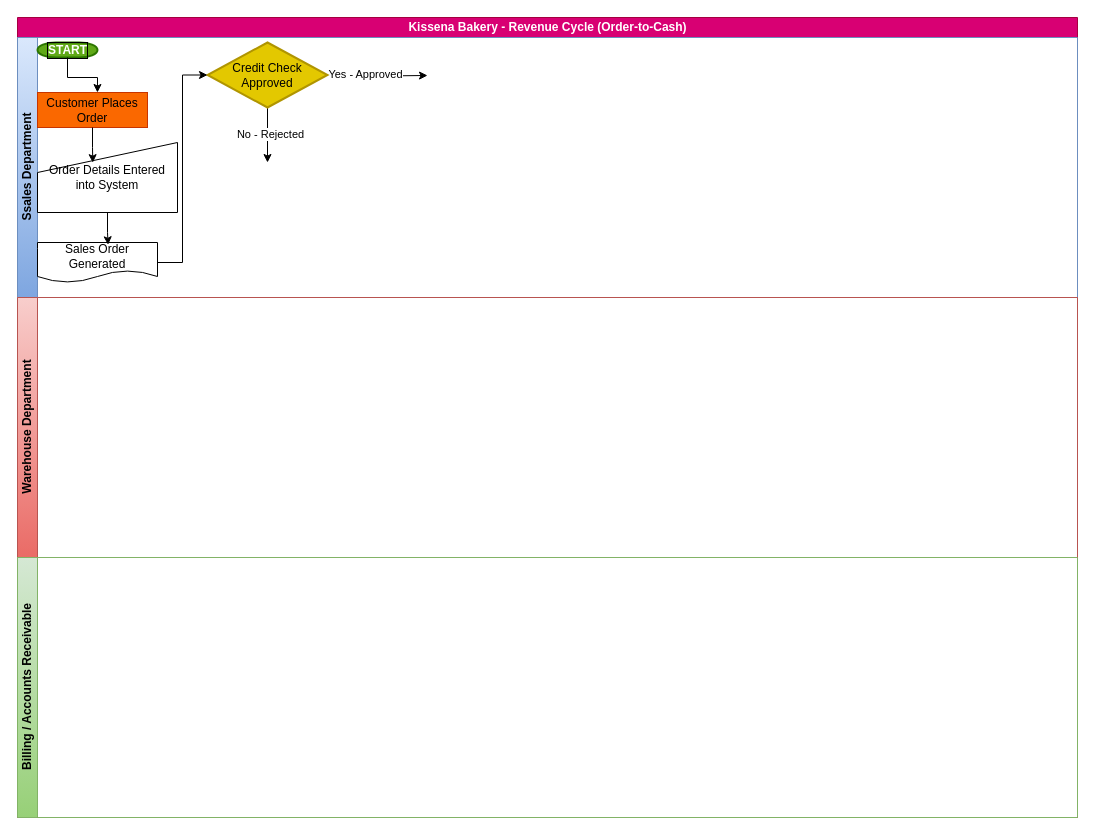
Before: Revenue_Cycle_Control.drawio in callefrankie227-beep/drawio, a draw.io diagram. Source tidied: cells renumbered, new cells numbered last; positions are measured from the earlier drawing's top-left corner, leaving out a move shared by most shapes. Both pictures are drawn from the tidied source at 100%, with x=0, y=0 at pixel (17, 17).
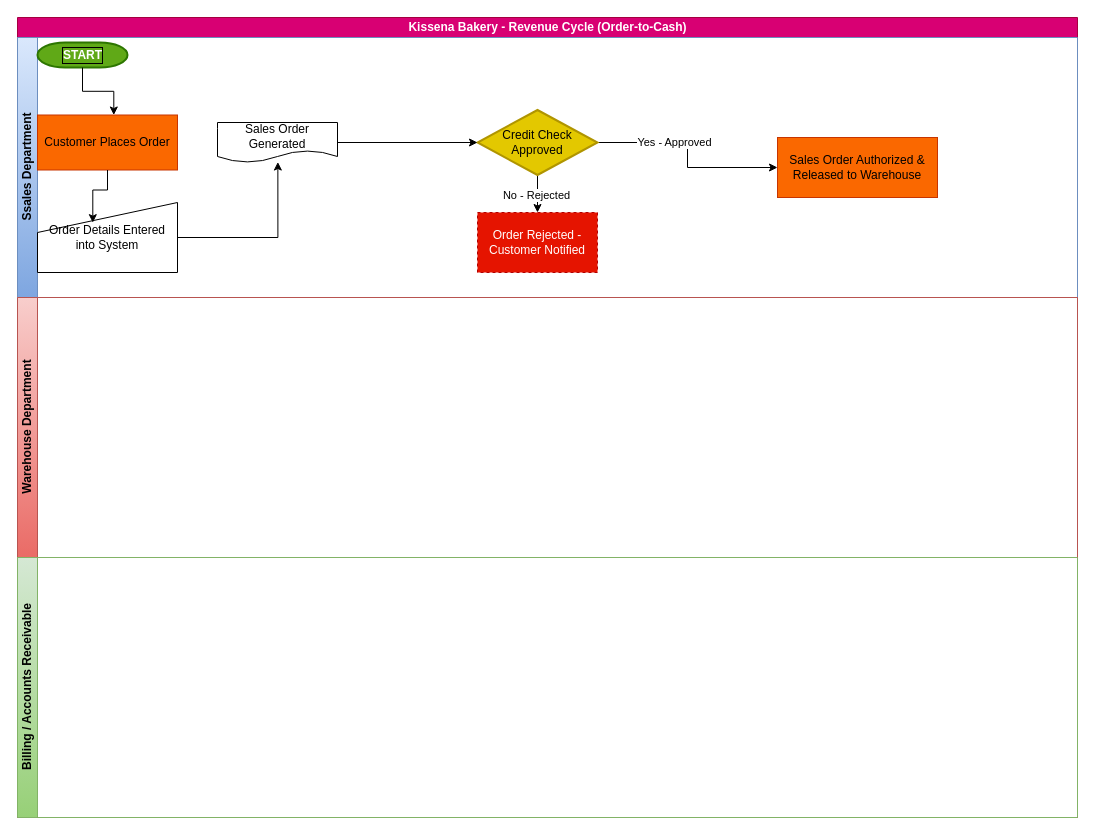
Above is the later version.

The change refers to these unchanged cells:
```xml
<mxCell id="3" value="Ssales Department" style="swimlane;startSize=20;horizontal=0;html=1;fillColor=#dae8fc;gradientColor=#7ea6e0;strokeColor=#6c8ebf;labelBorderColor=none;" parent="2" vertex="1">
  <mxGeometry y="20" width="1060" height="260" as="geometry" />
</mxCell>
```

Change to the diagram source:
```diff
@@
     <mxCell id="4" value="&lt;b&gt;START&lt;/b&gt;" style="strokeWidth=2;html=1;shape=mxgraph.flowchart.terminator;fillColor=#60a917;strokeColor=#2D7600;fontColor=#ffffff;labelBorderColor=light-dark(#000000,#66FF66);" parent="3" vertex="1">
-      <mxGeometry x="20" y="5" width="60" height="15" as="geometry" />
+      <mxGeometry x="20" y="5" width="90" height="25" as="geometry" />
     </mxCell>
     <mxCell id="5" value="Customer Places Order" style="rounded=0;whiteSpace=wrap;html=1;fillColor=#fa6800;fontColor=#000000;strokeColor=#C73500;" parent="3" vertex="1">
-      <mxGeometry x="20" y="55" width="110" height="35" as="geometry" />
+      <mxGeometry x="20" y="77.5" width="140" height="55" as="geometry" />
     </mxCell>
     <mxCell id="6" value="Order Details Entered into System" style="shape=manualInput;whiteSpace=wrap;html=1;" parent="3" vertex="1">
-      <mxGeometry x="20" y="105" width="140" height="70" as="geometry" />
+      <mxGeometry x="20" y="165" width="140" height="70" as="geometry" />
     </mxCell>
@@
     <mxCell id="9" value="Sales Order Generated" style="shape=document;whiteSpace=wrap;html=1;boundedLbl=1;" parent="3" vertex="1">
-      <mxGeometry x="20" y="205" width="120" height="40" as="geometry" />
+      <mxGeometry x="200" y="85" width="120" height="40" as="geometry" />
     </mxCell>
-    <mxCell id="10" style="edgeStyle=orthogonalEdgeStyle;rounded=0;jettySize=auto;html=1;entryX=0.588;entryY=0.057;entryDx=0;entryDy=0;entryPerimeter=0;" parent="3" edge="1" source="6" target="9">
-      <mxGeometry relative="1" as="geometry" />
-    </mxCell>
-    <mxCell id="11" style="edgeStyle=orthogonalEdgeStyle;rounded=0;jettySize=auto;html=1;" parent="3" edge="1" source="15">
-      <mxGeometry relative="1" as="geometry">
-        <mxPoint x="410" y="38" as="targetPoint" />
-      </mxGeometry>
+    <mxCell id="11" style="edgeStyle=orthogonalEdgeStyle;rounded=0;jettySize=auto;html=1;entryX=0;entryY=0.5;entryDx=0;entryDy=0;" parent="3" edge="1" source="15" target="20">
+      <mxGeometry relative="1" as="geometry" />
     </mxCell>
@@
-    <mxCell id="13" style="edgeStyle=orthogonalEdgeStyle;rounded=0;jettySize=auto;html=1;" parent="3" edge="1" source="15">
-      <mxGeometry relative="1" as="geometry">
-        <mxPoint x="250" y="125" as="targetPoint" />
-      </mxGeometry>
+    <mxCell id="13" style="edgeStyle=orthogonalEdgeStyle;rounded=0;jettySize=auto;html=1;" parent="3" edge="1" source="15" target="19">
+      <mxGeometry relative="1" as="geometry" />
     </mxCell>
@@
     <mxCell id="15" value="Credit Check Approved" style="strokeWidth=2;html=1;shape=mxgraph.flowchart.decision;whiteSpace=wrap;fillColor=#e3c800;fontColor=#000000;strokeColor=#B09500;" parent="3" vertex="1">
-      <mxGeometry x="190" y="5" width="120" height="65" as="geometry" />
+      <mxGeometry x="460" y="72.5" width="120" height="65" as="geometry" />
     </mxCell>
@@
+    <mxCell id="19" value="Order Rejected - Customer Notified" style="rounded=0;whiteSpace=wrap;html=1;dashed=1;fillColor=light-dark(#E51400,#FF0000);fontColor=#ffffff;strokeColor=#B20000;" parent="3" vertex="1">
+      <mxGeometry x="460" y="175" width="120" height="60" as="geometry" />
+    </mxCell>
+    <mxCell id="20" value="Sales Order Authorized &amp;amp; Released to Warehouse" style="rounded=0;whiteSpace=wrap;html=1;fillColor=#fa6800;fontColor=#000000;strokeColor=#C73500;" parent="3" vertex="1">
+      <mxGeometry x="760" y="100" width="160" height="60" as="geometry" />
+    </mxCell>
+    <mxCell id="10" style="edgeStyle=orthogonalEdgeStyle;rounded=0;jettySize=auto;html=1;exitX=1;exitY=0.5;exitDx=0;exitDy=0;entryX=0.503;entryY=0.988;entryDx=0;entryDy=0;entryPerimeter=0;" parent="3" edge="1" source="6" target="9">
+      <mxGeometry relative="1" as="geometry" />
+    </mxCell>
```
